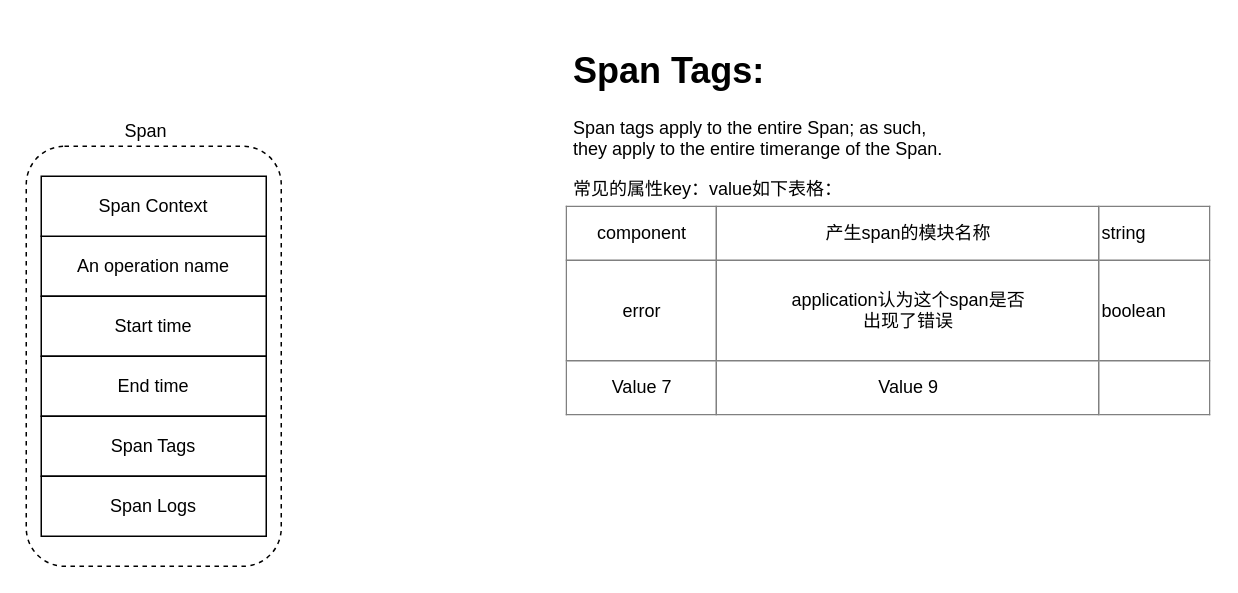
This is OpenTracing_Span.drawio from bluefantasy2014/draw.io, a draw.io file, before an edit. Source tidied: cells renumbered, new cells numbered last; positions are measured from the earlier drawing's top-left corner, leaving out a move shared by most shapes. Both pictures are drawn from the tidied source at 150%, with x=0, y=0 at pixel (26, 40).
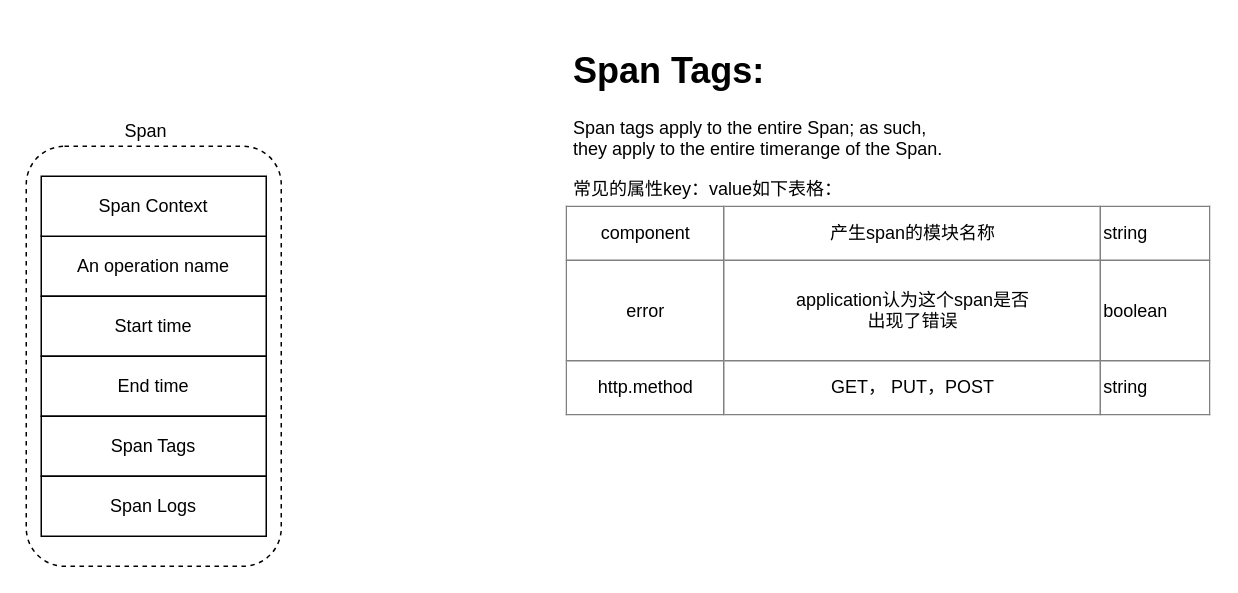
After the change.

The edit, as a diff of the source:
```diff
@@
 <mxGraphModel>
   <root>
     <mxCell id="0" />
     <mxCell id="1" parent="0" />
     <mxCell id="2" style="rounded=1;whiteSpace=wrap;html=1;fillColor=none;dashed=1;" parent="1" vertex="1">
       <mxGeometry y="70" width="170" height="280" as="geometry" />
     </mxCell>
     <mxCell id="3" value="An operation name" style="rounded=0;whiteSpace=wrap;html=1;" parent="1" vertex="1">
       <mxGeometry x="10" y="130" width="150" height="40" as="geometry" />
     </mxCell>
     <mxCell id="4" value="Start time" style="rounded=0;whiteSpace=wrap;html=1;" parent="1" vertex="1">
       <mxGeometry x="10" y="170" width="150" height="40" as="geometry" />
     </mxCell>
     <mxCell id="5" value="End time" style="rounded=0;whiteSpace=wrap;html=1;" parent="1" vertex="1">
       <mxGeometry x="10" y="210" width="150" height="40" as="geometry" />
     </mxCell>
     <mxCell id="6" value="Span Tags" style="rounded=0;whiteSpace=wrap;html=1;" parent="1" vertex="1">
       <mxGeometry x="10" y="250" width="150" height="40" as="geometry" />
     </mxCell>
     <mxCell id="7" value="Span Logs" style="rounded=0;whiteSpace=wrap;html=1;" parent="1" vertex="1">
       <mxGeometry x="10" y="290" width="150" height="40" as="geometry" />
     </mxCell>
     <mxCell id="8" value="Span Context" style="rounded=0;whiteSpace=wrap;html=1;" parent="1" vertex="1">
       <mxGeometry x="10" y="90" width="150" height="40" as="geometry" />
     </mxCell>
     <mxCell id="9" value="Span" style="text;html=1;strokeColor=none;fillColor=none;align=center;verticalAlign=middle;whiteSpace=wrap;rounded=0;dashed=1;" parent="1" vertex="1">
       <mxGeometry x="60" y="50" width="40" height="20" as="geometry" />
     </mxCell>
     <mxCell id="10" value="&lt;h1&gt;Span Tags:&lt;/h1&gt;&lt;p&gt;&lt;span&gt;Span tags apply to&amp;nbsp;&lt;/span&gt;&lt;span&gt;the entire Span&lt;/span&gt;&lt;span&gt;; as such, they apply to the entire timerange of the Span.&amp;nbsp;&lt;/span&gt;&lt;br&gt;&lt;/p&gt;&lt;p&gt;&lt;span&gt;常见的属性key：value如下表格：&lt;/span&gt;&lt;/p&gt;" style="text;html=1;strokeColor=none;fillColor=none;spacing=5;spacingTop=-20;whiteSpace=wrap;overflow=hidden;rounded=0;dashed=1;" parent="1" vertex="1">
       <mxGeometry x="360" width="260" height="110" as="geometry" />
     </mxCell>
-    <mxCell id="11" value="&lt;table border=&quot;1&quot; width=&quot;100%&quot; style=&quot;width: 100% ; height: 100% ; border-collapse: collapse&quot;&gt;&lt;tbody&gt;&lt;tr&gt;&lt;td align=&quot;center&quot;&gt;component&lt;br&gt;&lt;/td&gt;&lt;td align=&quot;center&quot;&gt;产生span的模块名称&lt;/td&gt;&lt;td&gt;string&lt;/td&gt;&lt;/tr&gt;&lt;tr&gt;&lt;td align=&quot;center&quot;&gt;error&lt;/td&gt;&lt;td align=&quot;center&quot;&gt;application认为这个span是否&lt;br&gt;出现了错误&lt;/td&gt;&lt;td&gt;boolean&lt;/td&gt;&lt;/tr&gt;&lt;tr&gt;&lt;td align=&quot;center&quot;&gt;Value 7&lt;/td&gt;&lt;td align=&quot;center&quot;&gt;Value 9&lt;/td&gt;&lt;td&gt;&lt;br&gt;&lt;/td&gt;&lt;/tr&gt;&lt;/tbody&gt;&lt;/table&gt;" style="text;html=1;strokeColor=none;fillColor=none;overflow=fill;dashed=1;" parent="1" vertex="1">
+    <mxCell id="11" value="&lt;table border=&quot;1&quot; width=&quot;100%&quot; style=&quot;width: 100% ; height: 100% ; border-collapse: collapse&quot;&gt;&lt;tbody&gt;&lt;tr&gt;&lt;td align=&quot;center&quot;&gt;component&lt;br&gt;&lt;/td&gt;&lt;td align=&quot;center&quot;&gt;产生span的模块名称&lt;/td&gt;&lt;td&gt;string&lt;/td&gt;&lt;/tr&gt;&lt;tr&gt;&lt;td align=&quot;center&quot;&gt;error&lt;/td&gt;&lt;td align=&quot;center&quot;&gt;application认为这个span是否&lt;br&gt;出现了错误&lt;/td&gt;&lt;td&gt;boolean&lt;/td&gt;&lt;/tr&gt;&lt;tr&gt;&lt;td align=&quot;center&quot;&gt;http.method&lt;br&gt;&lt;/td&gt;&lt;td align=&quot;center&quot;&gt;GET， PUT，POST&lt;/td&gt;&lt;td&gt;string&lt;/td&gt;&lt;/tr&gt;&lt;/tbody&gt;&lt;/table&gt;" style="text;html=1;strokeColor=none;fillColor=none;overflow=fill;dashed=1;" parent="1" vertex="1">
       <mxGeometry x="360" y="110" width="430" height="140" as="geometry" />
     </mxCell>
   </root>
 </mxGraphModel>
```
